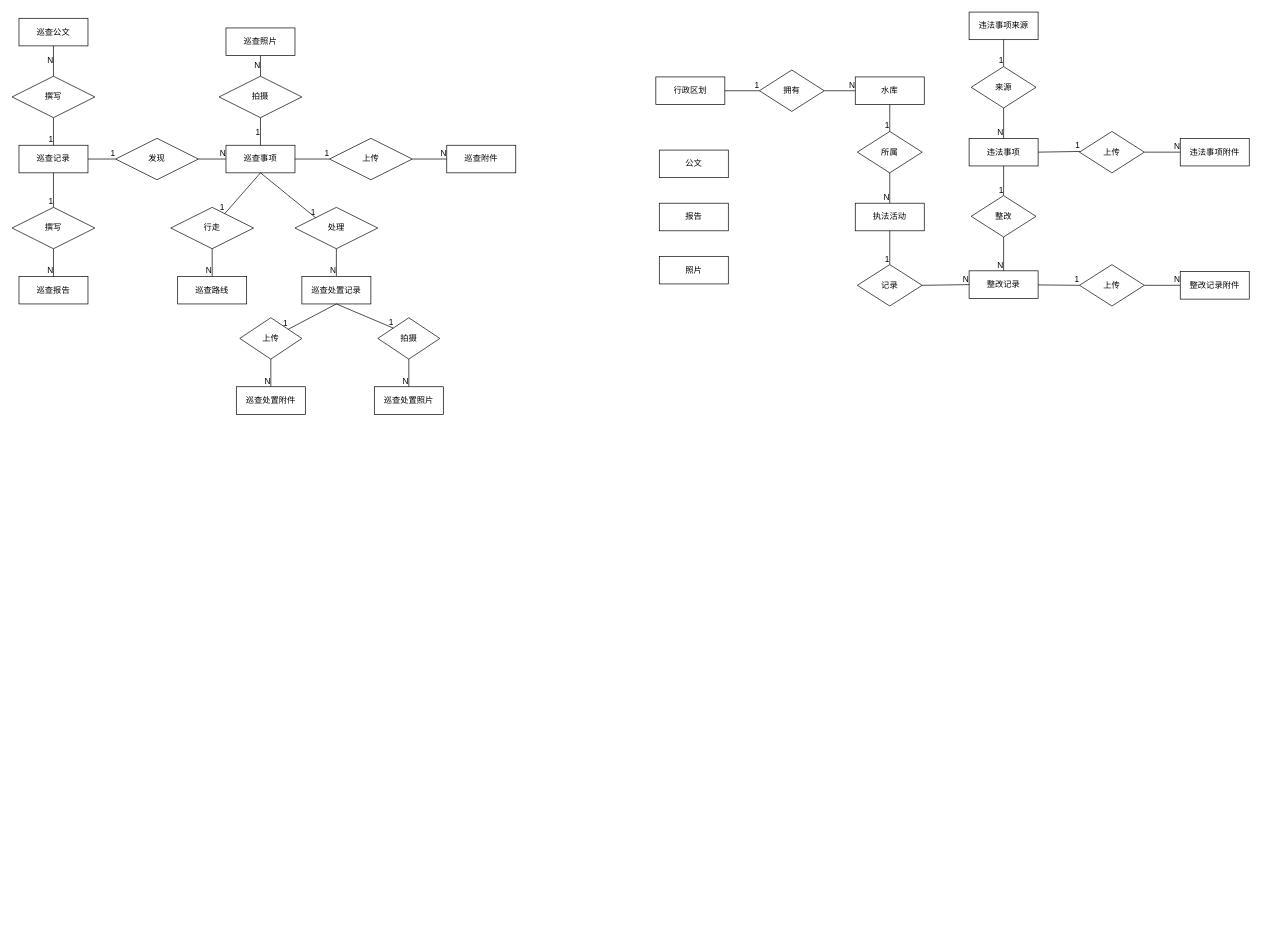
Before: file/szzfer.drawio in DORcode/admin-demo, a draw.io diagram. Source tidied: cells renumbered, new cells numbered last; positions are measured from the earlier drawing's top-left corner, leaving out a move shared by most shapes. Both pictures are drawn from the tidied source at 69%, with x=0, y=0 at pixel (12, 12).
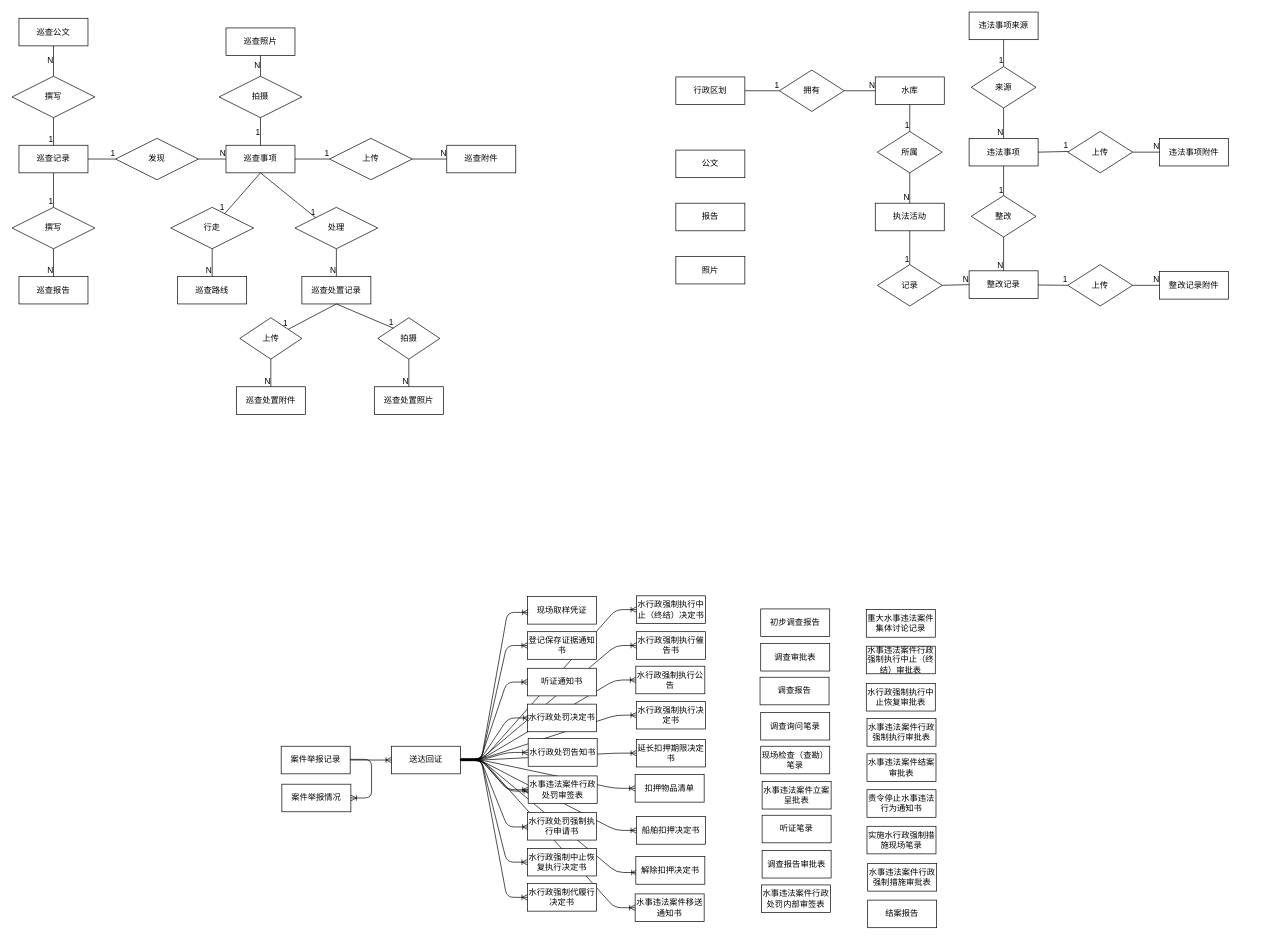
After the change.

The edit, as a diff of the source:
```diff
@@
+    <mxCell id="103" style="edgeStyle=entityRelationEdgeStyle;fontSize=12;html=1;endArrow=ERoneToMany;exitX=1.02;exitY=0.475;exitDx=0;exitDy=0;exitPerimeter=0;" parent="1" edge="1" source="119" target="131">
+      <mxGeometry relative="1" as="geometry" />
+    </mxCell>
+    <mxCell id="104" style="edgeStyle=entityRelationEdgeStyle;fontSize=12;html=1;endArrow=ERoneToMany;exitX=1;exitY=0.475;exitDx=0;exitDy=0;exitPerimeter=0;" parent="1" edge="1" source="119" target="133">
+      <mxGeometry relative="1" as="geometry" />
+    </mxCell>
+    <mxCell id="105" style="edgeStyle=entityRelationEdgeStyle;fontSize=12;html=1;endArrow=ERoneToMany;exitX=0.99;exitY=0.475;exitDx=0;exitDy=0;exitPerimeter=0;" parent="1" edge="1" source="119" target="132">
+      <mxGeometry relative="1" as="geometry" />
+    </mxCell>
+    <mxCell id="106" style="edgeStyle=entityRelationEdgeStyle;fontSize=12;html=1;endArrow=ERoneToMany;exitX=0.99;exitY=0.475;exitDx=0;exitDy=0;exitPerimeter=0;" parent="1" edge="1" source="119" target="134">
+      <mxGeometry relative="1" as="geometry" />
+    </mxCell>
+    <mxCell id="107" style="edgeStyle=entityRelationEdgeStyle;fontSize=12;html=1;endArrow=ERoneToMany;exitX=1;exitY=0.45;exitDx=0;exitDy=0;exitPerimeter=0;entryX=0;entryY=0.5;entryDx=0;entryDy=0;entryPerimeter=0;" parent="1" edge="1" source="119" target="147">
+      <mxGeometry relative="1" as="geometry" />
+    </mxCell>
+    <mxCell id="108" style="edgeStyle=entityRelationEdgeStyle;fontSize=12;html=1;endArrow=ERoneToMany;entryX=0.02;entryY=0.575;entryDx=0;entryDy=0;entryPerimeter=0;" parent="1" edge="1" source="119" target="143">
+      <mxGeometry relative="1" as="geometry" />
+    </mxCell>
+    <mxCell id="109" style="edgeStyle=entityRelationEdgeStyle;fontSize=12;html=1;endArrow=ERoneToMany;exitX=1;exitY=0.525;exitDx=0;exitDy=0;exitPerimeter=0;" parent="1" edge="1" source="119" target="142">
+      <mxGeometry relative="1" as="geometry" />
+    </mxCell>
+    <mxCell id="110" style="edgeStyle=entityRelationEdgeStyle;fontSize=12;html=1;endArrow=ERoneToMany;" parent="1" edge="1" target="141">
+      <mxGeometry relative="1" as="geometry">
+        <mxPoint x="650" y="1084" as="sourcePoint" />
+      </mxGeometry>
+    </mxCell>
+    <mxCell id="111" style="edgeStyle=entityRelationEdgeStyle;fontSize=12;html=1;endArrow=ERoneToMany;" parent="1" edge="1" source="119" target="140">
+      <mxGeometry relative="1" as="geometry" />
+    </mxCell>
@@
     <mxCell id="57" value="执法活动" style="whiteSpace=wrap;html=1;align=center;fontFamily=仿宋;" parent="1" vertex="1">
-      <mxGeometry x="1222" y="277" width="100" height="40" as="geometry" />
+      <mxGeometry x="1251" y="277" width="100" height="40" as="geometry" />
     </mxCell>
@@
     <mxCell id="60" value="公文" style="whiteSpace=wrap;html=1;align=center;fontFamily=仿宋;" parent="1" vertex="1">
-      <mxGeometry x="938" y="200" width="100" height="40" as="geometry" />
+      <mxGeometry x="962" y="200" width="100" height="40" as="geometry" />
     </mxCell>
     <mxCell id="61" value="报告" style="whiteSpace=wrap;html=1;align=center;fontFamily=仿宋;" parent="1" vertex="1">
-      <mxGeometry x="938" y="277" width="100" height="40" as="geometry" />
+      <mxGeometry x="962" y="277" width="100" height="40" as="geometry" />
     </mxCell>
     <mxCell id="62" value="照片" style="whiteSpace=wrap;html=1;align=center;fontFamily=仿宋;" parent="1" vertex="1">
-      <mxGeometry x="938" y="354" width="100" height="40" as="geometry" />
+      <mxGeometry x="962" y="354" width="100" height="40" as="geometry" />
     </mxCell>
     <mxCell id="63" value="违法事项附件" style="whiteSpace=wrap;html=1;align=center;fontFamily=仿宋;" parent="1" vertex="1">
-      <mxGeometry x="1693" y="183" width="100" height="40" as="geometry" />
+      <mxGeometry x="1663" y="183" width="100" height="40" as="geometry" />
     </mxCell>
     <mxCell id="64" value="整改记录附件" style="whiteSpace=wrap;html=1;align=center;fontFamily=仿宋;" parent="1" vertex="1">
-      <mxGeometry x="1693" y="376" width="100" height="40" as="geometry" />
+      <mxGeometry x="1663" y="376" width="100" height="40" as="geometry" />
     </mxCell>
     <mxCell id="65" value="水库" style="whiteSpace=wrap;html=1;align=center;fontFamily=仿宋;" parent="1" vertex="1">
-      <mxGeometry x="1222" y="94" width="100" height="40" as="geometry" />
+      <mxGeometry x="1251" y="94" width="100" height="40" as="geometry" />
     </mxCell>
     <mxCell id="66" value="行政区划" style="whiteSpace=wrap;html=1;align=center;fontFamily=仿宋;" parent="1" vertex="1">
-      <mxGeometry x="933" y="94" width="100" height="40" as="geometry" />
+      <mxGeometry x="962" y="94" width="100" height="40" as="geometry" />
     </mxCell>
@@
     <mxCell id="68" value="所属" style="shape=rhombus;perimeter=rhombusPerimeter;whiteSpace=wrap;html=1;align=center;fontFamily=仿宋;" parent="1" vertex="1">
-      <mxGeometry x="1225" y="173" width="94" height="60" as="geometry" />
+      <mxGeometry x="1254" y="173" width="94" height="60" as="geometry" />
     </mxCell>
@@
     <mxCell id="83" value="上传" style="shape=rhombus;perimeter=rhombusPerimeter;whiteSpace=wrap;html=1;align=center;fontFamily=仿宋;" parent="1" vertex="1">
-      <mxGeometry x="1547" y="173" width="94" height="60" as="geometry" />
+      <mxGeometry x="1530" y="173" width="94" height="60" as="geometry" />
     </mxCell>
@@
     <mxCell id="88" value="上传" style="shape=rhombus;perimeter=rhombusPerimeter;whiteSpace=wrap;html=1;align=center;fontFamily=仿宋;" parent="1" vertex="1">
-      <mxGeometry x="1547" y="366" width="94" height="60" as="geometry" />
+      <mxGeometry x="1530" y="366" width="94" height="60" as="geometry" />
     </mxCell>
@@
     <mxCell id="93" value="拥有" style="shape=rhombus;perimeter=rhombusPerimeter;whiteSpace=wrap;html=1;align=center;fontFamily=仿宋;" parent="1" vertex="1">
-      <mxGeometry x="1083" y="84" width="94" height="60" as="geometry" />
+      <mxGeometry x="1112" y="84" width="94" height="60" as="geometry" />
     </mxCell>
@@
     <mxCell id="98" value="记录" style="shape=rhombus;perimeter=rhombusPerimeter;whiteSpace=wrap;html=1;align=center;fontFamily=仿宋;" parent="1" vertex="1">
-      <mxGeometry x="1225" y="366" width="94" height="60" as="geometry" />
+      <mxGeometry x="1254" y="366" width="94" height="60" as="geometry" />
     </mxCell>
@@
+    <mxCell id="112" value="初步调查报告" style="whiteSpace=wrap;html=1;align=center;fontFamily=仿宋;" parent="1" vertex="1">
+      <mxGeometry x="1085" y="865" width="100" height="40" as="geometry" />
+    </mxCell>
+    <mxCell id="113" value="水事违法案件立案呈批表" style="whiteSpace=wrap;html=1;align=center;fontFamily=仿宋;" parent="1" vertex="1">
+      <mxGeometry x="1087" y="1115" width="100" height="40" as="geometry" />
+    </mxCell>
+    <mxCell id="114" value="调查审批表" style="whiteSpace=wrap;html=1;align=center;fontFamily=仿宋;" parent="1" vertex="1">
+      <mxGeometry x="1085" y="915" width="100" height="40" as="geometry" />
+    </mxCell>
+    <mxCell id="115" value="调查报告" style="whiteSpace=wrap;html=1;align=center;fontFamily=仿宋;" parent="1" vertex="1">
+      <mxGeometry x="1084" y="964" width="100" height="40" as="geometry" />
+    </mxCell>
+    <mxCell id="116" value="现场检查（查勘）笔录" style="whiteSpace=wrap;html=1;align=center;fontFamily=仿宋;" parent="1" vertex="1">
+      <mxGeometry x="1085" y="1064" width="100" height="40" as="geometry" />
+    </mxCell>
+    <mxCell id="117" value="调查询问笔录" style="whiteSpace=wrap;html=1;align=center;fontFamily=仿宋;" parent="1" vertex="1">
+      <mxGeometry x="1085" y="1015" width="100" height="40" as="geometry" />
+    </mxCell>
+    <mxCell id="118" value="现场取样凭证" style="whiteSpace=wrap;html=1;align=center;fontFamily=仿宋;" parent="1" vertex="1">
+      <mxGeometry x="747" y="847" width="100" height="40" as="geometry" />
+    </mxCell>
+    <mxCell id="119" value="送达回证" style="whiteSpace=wrap;html=1;align=center;fontFamily=仿宋;" parent="1" vertex="1">
+      <mxGeometry x="550" y="1064" width="100" height="40" as="geometry" />
+    </mxCell>
+    <mxCell id="120" value="登记保存证据通知书" style="whiteSpace=wrap;html=1;align=center;fontFamily=仿宋;" parent="1" vertex="1">
+      <mxGeometry x="747" y="898" width="100" height="40" as="geometry" />
+    </mxCell>
+    <mxCell id="121" value="调查报告审批表" style="whiteSpace=wrap;html=1;align=center;fontFamily=仿宋;" parent="1" vertex="1">
+      <mxGeometry x="1087" y="1215" width="100" height="40" as="geometry" />
+    </mxCell>
+    <mxCell id="122" value="听证通知书" style="whiteSpace=wrap;html=1;align=center;fontFamily=仿宋;" parent="1" vertex="1">
+      <mxGeometry x="747" y="951" width="100" height="40" as="geometry" />
+    </mxCell>
+    <mxCell id="123" value="水行政处罚决定书" style="whiteSpace=wrap;html=1;align=center;fontFamily=仿宋;" parent="1" vertex="1">
+      <mxGeometry x="747" y="1003" width="100" height="40" as="geometry" />
+    </mxCell>
+    <mxCell id="124" value="水行政处罚告知书" style="whiteSpace=wrap;html=1;align=center;fontFamily=仿宋;" parent="1" vertex="1">
+      <mxGeometry x="748" y="1053" width="100" height="40" as="geometry" />
+    </mxCell>
+    <mxCell id="125" value="听证笔录" style="whiteSpace=wrap;html=1;align=center;fontFamily=仿宋;" parent="1" vertex="1">
+      <mxGeometry x="1087" y="1164" width="100" height="40" as="geometry" />
+    </mxCell>
+    <mxCell id="126" value="水事违法案件行政处罚内部审签表" style="whiteSpace=wrap;html=1;align=center;fontFamily=仿宋;" parent="1" vertex="1">
+      <mxGeometry x="1086" y="1265" width="100" height="40" as="geometry" />
+    </mxCell>
+    <mxCell id="127" value="重大水事违法案件集体讨论记录" style="whiteSpace=wrap;html=1;align=center;fontFamily=仿宋;" parent="1" vertex="1">
+      <mxGeometry x="1238" y="866" width="100" height="40" as="geometry" />
+    </mxCell>
+    <mxCell id="128" value="水行政处罚强制执行申请书" style="whiteSpace=wrap;html=1;align=center;fontFamily=仿宋;" parent="1" vertex="1">
+      <mxGeometry x="747" y="1160" width="100" height="40" as="geometry" />
+    </mxCell>
+    <mxCell id="129" value="水行政强制中止恢复执行决定书" style="whiteSpace=wrap;html=1;align=center;fontFamily=仿宋;" parent="1" vertex="1">
+      <mxGeometry x="747" y="1212" width="100" height="40" as="geometry" />
+    </mxCell>
+    <mxCell id="130" value="水行政强制代履行决定书" style="whiteSpace=wrap;html=1;align=center;fontFamily=仿宋;" parent="1" vertex="1">
+      <mxGeometry x="747" y="1263" width="100" height="40" as="geometry" />
+    </mxCell>
+    <mxCell id="131" value="水行政强制执行中止（终结）决定书" style="whiteSpace=wrap;html=1;align=center;fontFamily=仿宋;" parent="1" vertex="1">
+      <mxGeometry x="905" y="846" width="100" height="40" as="geometry" />
+    </mxCell>
+    <mxCell id="132" value="水行政强制执行催告书" style="whiteSpace=wrap;html=1;align=center;fontFamily=仿宋;" parent="1" vertex="1">
+      <mxGeometry x="905" y="898" width="100" height="40" as="geometry" />
+    </mxCell>
+    <mxCell id="133" value="水行政强制执行公告" style="whiteSpace=wrap;html=1;align=center;fontFamily=仿宋;" parent="1" vertex="1">
+      <mxGeometry x="904" y="948" width="100" height="40" as="geometry" />
+    </mxCell>
+    <mxCell id="134" value="水行政强制执行决定书" style="whiteSpace=wrap;html=1;align=center;fontFamily=仿宋;" parent="1" vertex="1">
+      <mxGeometry x="905" y="999" width="100" height="40" as="geometry" />
+    </mxCell>
+    <mxCell id="135" value="水事违法案件行政强制执行中止（终结）审批表" style="whiteSpace=wrap;html=1;align=center;fontFamily=仿宋;" parent="1" vertex="1">
+      <mxGeometry x="1238" y="919" width="100" height="40" as="geometry" />
+    </mxCell>
+    <mxCell id="136" value="水事违法案件行政强制执行审批表" style="whiteSpace=wrap;html=1;align=center;fontFamily=仿宋;" parent="1" vertex="1">
+      <mxGeometry x="1239" y="1024" width="100" height="40" as="geometry" />
+    </mxCell>
+    <mxCell id="137" value="水行政强制执行中止恢复审批表" style="whiteSpace=wrap;html=1;align=center;fontFamily=仿宋;" parent="1" vertex="1">
+      <mxGeometry x="1238" y="973" width="100" height="40" as="geometry" />
+    </mxCell>
+    <mxCell id="138" value="水事违法案件结案审批表" style="whiteSpace=wrap;html=1;align=center;fontFamily=仿宋;" parent="1" vertex="1">
+      <mxGeometry x="1239" y="1075" width="100" height="40" as="geometry" />
+    </mxCell>
+    <mxCell id="139" value="结案报告" style="whiteSpace=wrap;html=1;align=center;fontFamily=仿宋;" parent="1" vertex="1">
+      <mxGeometry x="1240" y="1287" width="100" height="40" as="geometry" />
+    </mxCell>
+    <mxCell id="140" value="延长扣押期限决定书" style="whiteSpace=wrap;html=1;align=center;fontFamily=仿宋;" parent="1" vertex="1">
+      <mxGeometry x="905" y="1054" width="100" height="40" as="geometry" />
+    </mxCell>
+    <mxCell id="141" value="扣押物品清单" style="whiteSpace=wrap;html=1;align=center;fontFamily=仿宋;" parent="1" vertex="1">
+      <mxGeometry x="903" y="1105" width="100" height="40" as="geometry" />
+    </mxCell>
+    <mxCell id="142" value="船舶扣押决定书" style="whiteSpace=wrap;html=1;align=center;fontFamily=仿宋;" parent="1" vertex="1">
+      <mxGeometry x="905" y="1166" width="100" height="40" as="geometry" />
+    </mxCell>
+    <mxCell id="143" value="解除扣押决定书" style="whiteSpace=wrap;html=1;align=center;fontFamily=仿宋;" parent="1" vertex="1">
+      <mxGeometry x="904" y="1224" width="100" height="40" as="geometry" />
+    </mxCell>
+    <mxCell id="144" value="责令停止水事违法行为通知书" style="whiteSpace=wrap;html=1;align=center;fontFamily=仿宋;" parent="1" vertex="1">
+      <mxGeometry x="1239" y="1127" width="100" height="40" as="geometry" />
+    </mxCell>
+    <mxCell id="145" value="实施水行政强制措施现场笔录" style="whiteSpace=wrap;html=1;align=center;fontFamily=仿宋;" parent="1" vertex="1">
+      <mxGeometry x="1239" y="1180" width="100" height="40" as="geometry" />
+    </mxCell>
+    <mxCell id="146" value="水事违法案件行政强制措施审批表" style="whiteSpace=wrap;html=1;align=center;fontFamily=仿宋;" parent="1" vertex="1">
+      <mxGeometry x="1240" y="1234" width="100" height="40" as="geometry" />
+    </mxCell>
+    <mxCell id="147" value="水事违法案件移送通知书" style="whiteSpace=wrap;html=1;align=center;fontFamily=仿宋;" parent="1" vertex="1">
+      <mxGeometry x="903" y="1278" width="100" height="40" as="geometry" />
+    </mxCell>
+    <mxCell id="148" style="edgeStyle=entityRelationEdgeStyle;fontSize=12;html=1;endArrow=ERoneToMany;entryX=0.01;entryY=0.575;entryDx=0;entryDy=0;entryPerimeter=0;" parent="1" edge="1" source="119" target="118">
+      <mxGeometry relative="1" as="geometry" />
+    </mxCell>
+    <mxCell id="149" style="edgeStyle=entityRelationEdgeStyle;fontSize=12;html=1;endArrow=ERoneToMany;exitX=1;exitY=0.5;exitDx=0;exitDy=0;exitPerimeter=0;" parent="1" edge="1" source="119" target="120">
+      <mxGeometry relative="1" as="geometry" />
+    </mxCell>
+    <mxCell id="150" style="edgeStyle=entityRelationEdgeStyle;fontSize=12;html=1;endArrow=ERoneToMany;exitX=0.99;exitY=0.475;exitDx=0;exitDy=0;exitPerimeter=0;" parent="1" edge="1" source="119" target="122">
+      <mxGeometry relative="1" as="geometry" />
+    </mxCell>
+    <mxCell id="151" style="edgeStyle=entityRelationEdgeStyle;fontSize=12;html=1;endArrow=ERoneToMany;exitX=0.99;exitY=0.475;exitDx=0;exitDy=0;exitPerimeter=0;entryX=0.02;entryY=0.5;entryDx=0;entryDy=0;entryPerimeter=0;" parent="1" edge="1" source="119" target="123">
+      <mxGeometry relative="1" as="geometry" />
+    </mxCell>
+    <mxCell id="152" style="edgeStyle=entityRelationEdgeStyle;fontSize=12;html=1;endArrow=ERoneToMany;" parent="1" edge="1" source="119" target="124">
+      <mxGeometry relative="1" as="geometry" />
+    </mxCell>
+    <mxCell id="153" style="edgeStyle=entityRelationEdgeStyle;fontSize=12;html=1;endArrow=ERoneToMany;entryX=0.02;entryY=0.55;entryDx=0;entryDy=0;entryPerimeter=0;" parent="1" edge="1" source="119" target="157">
+      <mxGeometry relative="1" as="geometry" />
+    </mxCell>
+    <mxCell id="154" style="edgeStyle=entityRelationEdgeStyle;fontSize=12;html=1;endArrow=ERoneToMany;exitX=0.99;exitY=0.475;exitDx=0;exitDy=0;exitPerimeter=0;entryX=0.01;entryY=0.525;entryDx=0;entryDy=0;entryPerimeter=0;" parent="1" edge="1" source="119" target="128">
+      <mxGeometry relative="1" as="geometry" />
+    </mxCell>
+    <mxCell id="155" style="edgeStyle=entityRelationEdgeStyle;fontSize=12;html=1;endArrow=ERoneToMany;" parent="1" edge="1" source="119" target="129">
+      <mxGeometry relative="1" as="geometry" />
+    </mxCell>
+    <mxCell id="156" style="edgeStyle=entityRelationEdgeStyle;fontSize=12;html=1;endArrow=ERoneToMany;" parent="1" edge="1" source="119" target="130">
+      <mxGeometry relative="1" as="geometry" />
+    </mxCell>
+    <mxCell id="157" value="水事违法案件行政处罚审签表" style="whiteSpace=wrap;html=1;align=center;fontFamily=仿宋;" parent="1" vertex="1">
+      <mxGeometry x="748" y="1107" width="100" height="40" as="geometry" />
+    </mxCell>
+    <mxCell id="158" style="edgeStyle=entityRelationEdgeStyle;fontSize=12;html=1;endArrow=ERoneToMany;" parent="1" edge="1" source="119" target="157">
+      <mxGeometry relative="1" as="geometry" />
+    </mxCell>
+    <mxCell id="159" value="案件举报记录" style="whiteSpace=wrap;html=1;align=center;fontFamily=仿宋;" parent="1" vertex="1">
+      <mxGeometry x="390" y="1064" width="100" height="40" as="geometry" />
+    </mxCell>
+    <mxCell id="160" value="案件举报情况" style="whiteSpace=wrap;html=1;align=center;fontFamily=仿宋;" parent="1" vertex="1">
+      <mxGeometry x="391" y="1119" width="100" height="40" as="geometry" />
+    </mxCell>
+    <mxCell id="161" style="edgeStyle=entityRelationEdgeStyle;fontSize=12;html=1;endArrow=ERoneToMany;exitX=1;exitY=0.475;exitDx=0;exitDy=0;exitPerimeter=0;" parent="1" edge="1" source="159" target="160">
+      <mxGeometry relative="1" as="geometry" />
+    </mxCell>
+    <mxCell id="162" style="edgeStyle=entityRelationEdgeStyle;fontSize=12;html=1;endArrow=ERoneToMany;" parent="1" edge="1" source="159" target="119">
+      <mxGeometry relative="1" as="geometry" />
+    </mxCell>
```
